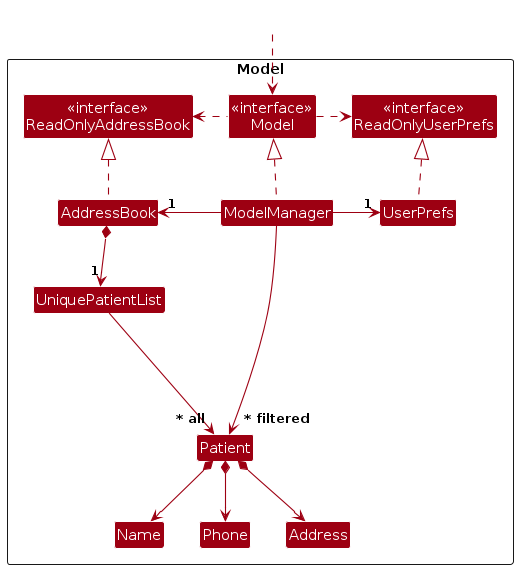
This is diagrams/ModelClassDiagram.png from AY2627S1-CS2103T-W08-1/tp, a PlantUML export, as it was before one commit. Its source is kept beside it as diagrams/ModelClassDiagram.puml.
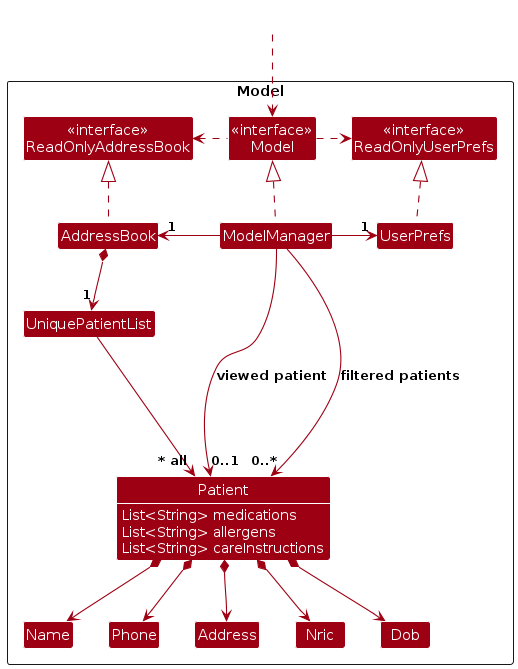
Above is the later version.

Change to the diagram source:
```diff
@@ -3,6 +3,7 @@
 skinparam arrowThickness 1.1
 skinparam arrowColor MODEL_COLOR
 skinparam classBackgroundColor MODEL_COLOR
+skinparam classAttributeFontColor #FFFFFF
 
 Package Model as ModelPackage <<Rectangle>>{
 Class "<<interface>>\nReadOnlyAddressBook" as ReadOnlyAddressBook
@@ -14,14 +15,15 @@
 
 Class UniquePatientList
 Class Patient {
-  String nric
-  String dob
   List<String> medications
   List<String> allergens
   List<String> careInstructions
 }
+show Patient fields
 Class Address
 Class Name
+Class Nric
+Class Dob
 Class Phone
 
 Class I #FFFFFF
@@ -42,6 +44,8 @@
 AddressBook *--> "1" UniquePatientList
 UniquePatientList --> "~* all" Patient
 Patient *--> Name
+Patient *--> Nric
+Patient *--> Dob
 Patient *--> Phone
 Patient *--> Address
 
@@ -51,5 +55,6 @@
 Name -[hidden]right-> Phone
 Phone -[hidden]right-> Address
 
-ModelManager --> "~* filtered" Patient
+ModelManager --> "0..*" Patient : filtered patients
+ModelManager --> "0..1" Patient : viewed patient
 @enduml
```
